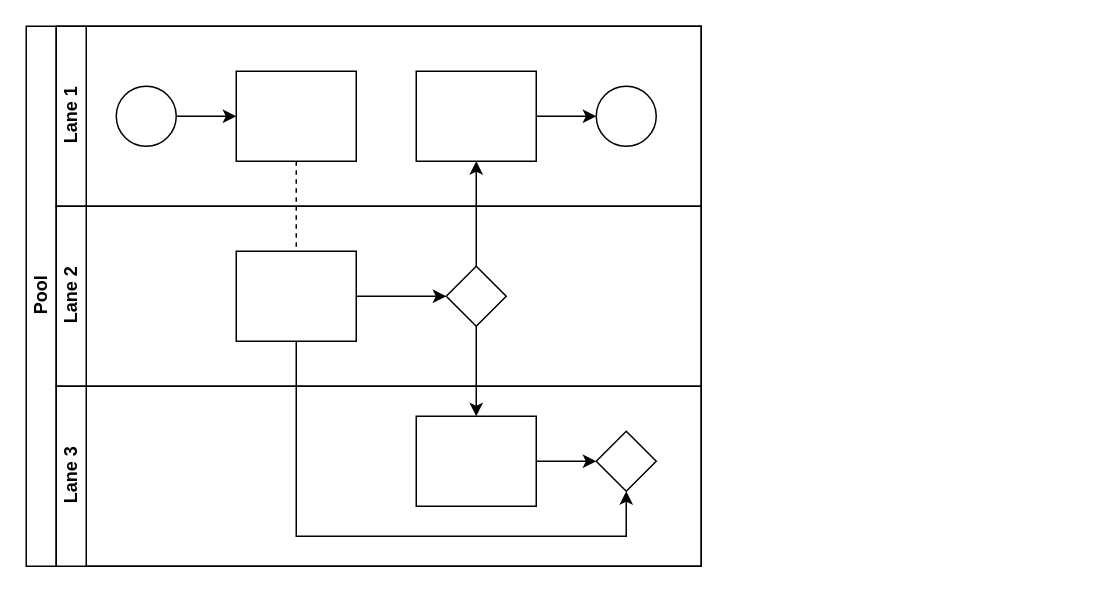
Earlier version of the draw.io diagram chatwoot流程.drawio (khhily/diagrams). Source tidied: cells renumbered, new cells numbered last; positions are measured from the earlier drawing's top-left corner, leaving out a move shared by most shapes. Both pictures are drawn from the tidied source at 150%, with x=0, y=0 at pixel (26, 26).
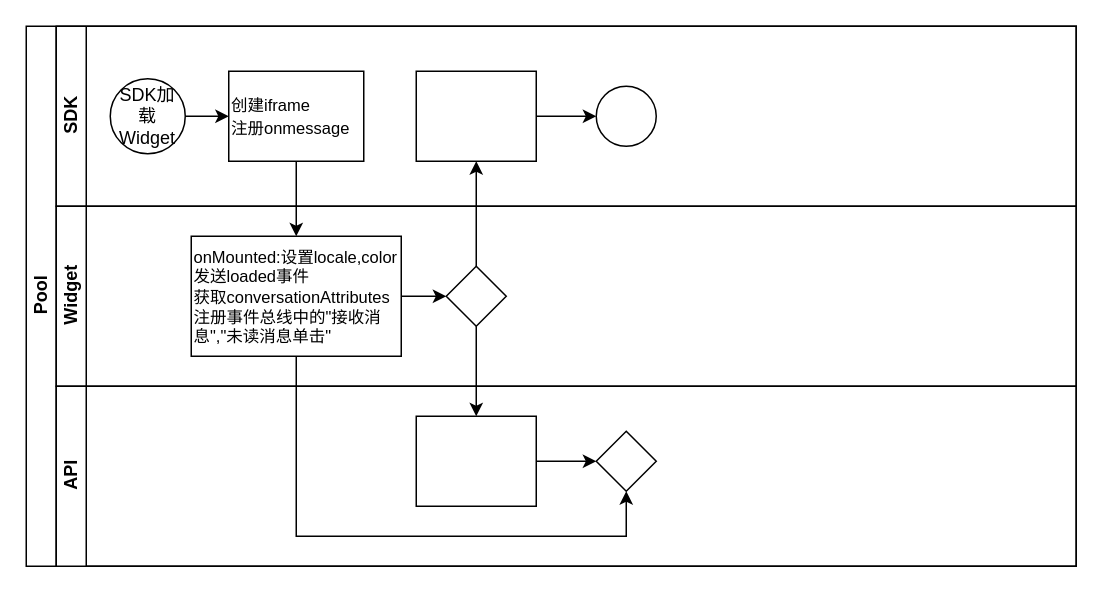
The same diagram, later.

Diff of the diagram source:
```diff
@@
     <mxCell id="2" value="Pool" style="swimlane;html=1;horizontal=0;startSize=20;" parent="1" vertex="1">
-      <mxGeometry width="450" height="360" as="geometry" />
+      <mxGeometry width="700" height="360" as="geometry" />
     </mxCell>
-    <mxCell id="3" style="edgeStyle=orthogonalEdgeStyle;rounded=0;jettySize=auto;html=1;dashed=1;endArrow=none;endFill=0;" parent="2" edge="1" source="10" target="16">
-      <mxGeometry relative="1" as="geometry" />
-    </mxCell>
@@
-    <mxCell id="7" value="Lane 1" style="swimlane;html=1;startSize=20;horizontal=0;" parent="2" vertex="1">
-      <mxGeometry x="20" width="430" height="120" as="geometry" />
+    <mxCell id="7" value="SDK" style="swimlane;html=1;startSize=20;horizontal=0;" parent="2" vertex="1">
+      <mxGeometry x="20" width="680" height="120" as="geometry" />
     </mxCell>
@@
-    <mxCell id="9" style="ellipse;whiteSpace=wrap;html=1;" parent="7" vertex="1">
-      <mxGeometry x="40" y="40" width="40" height="40" as="geometry" />
+    <mxCell id="9" value="SDK加载Widget" style="ellipse;whiteSpace=wrap;html=1;" parent="7" vertex="1">
+      <mxGeometry x="36" y="35" width="50" height="50" as="geometry" />
     </mxCell>
-    <mxCell id="10" style="rounded=0;whiteSpace=wrap;html=1;fontFamily=Helvetica;fontSize=12;fontColor=#000000;align=center;" parent="7" vertex="1">
-      <mxGeometry x="120" y="30" width="80" height="60" as="geometry" />
+    <mxCell id="10" value="&lt;div&gt;&lt;font style=&quot;font-size: 11px;&quot;&gt;创建iframe&lt;/font&gt;&lt;/div&gt;&lt;font style=&quot;font-size: 11px;&quot;&gt;注册onmessage&lt;/font&gt;" style="rounded=0;whiteSpace=wrap;html=1;fontFamily=Helvetica;fontSize=12;fontColor=#000000;align=left;" parent="7" vertex="1">
+      <mxGeometry x="115" y="30" width="90" height="60" as="geometry" />
     </mxCell>
@@
-    <mxCell id="14" value="Lane 2" style="swimlane;html=1;startSize=20;horizontal=0;" parent="2" vertex="1">
-      <mxGeometry x="20" y="120" width="430" height="120" as="geometry" />
+    <mxCell id="14" value="Widget" style="swimlane;html=1;startSize=20;horizontal=0;" parent="2" vertex="1">
+      <mxGeometry x="20" y="120" width="680" height="120" as="geometry" />
     </mxCell>
@@
-    <mxCell id="16" style="rounded=0;whiteSpace=wrap;html=1;fontFamily=Helvetica;fontSize=12;fontColor=#000000;align=center;" parent="14" vertex="1">
-      <mxGeometry x="120" y="30" width="80" height="60" as="geometry" />
+    <mxCell id="16" value="&lt;font style=&quot;font-size: 11px;&quot;&gt;onMounted:设置locale,color&lt;/font&gt;&lt;div style=&quot;font-size: 11px;&quot;&gt;&lt;font style=&quot;font-size: 11px;&quot;&gt;发送loaded事件&lt;/font&gt;&lt;/div&gt;&lt;div style=&quot;font-size: 11px;&quot;&gt;&lt;font style=&quot;font-size: 11px;&quot;&gt;获取conversationAttributes&lt;/font&gt;&lt;/div&gt;&lt;div style=&quot;font-size: 11px;&quot;&gt;&lt;font style=&quot;font-size: 11px;&quot;&gt;注册事件总线中的&quot;接收消息&quot;,&quot;未读消息单击&quot;&lt;/font&gt;&lt;/div&gt;" style="rounded=0;whiteSpace=wrap;html=1;fontFamily=Helvetica;fontSize=12;fontColor=#000000;align=left;" parent="14" vertex="1">
+      <mxGeometry x="90" y="20" width="140" height="80" as="geometry" />
     </mxCell>
@@
-    <mxCell id="18" value="Lane 3" style="swimlane;html=1;startSize=20;horizontal=0;" parent="2" vertex="1">
-      <mxGeometry x="20" y="240" width="430" height="120" as="geometry" />
+    <mxCell id="18" value="API" style="swimlane;html=1;startSize=20;horizontal=0;" parent="2" vertex="1">
+      <mxGeometry x="20" y="240" width="680" height="120" as="geometry" />
     </mxCell>
@@
+    <mxCell id="3" style="edgeStyle=orthogonalEdgeStyle;rounded=0;jettySize=auto;html=1;" parent="2" edge="1" source="10" target="16">
+      <mxGeometry relative="1" as="geometry" />
+    </mxCell>
```
